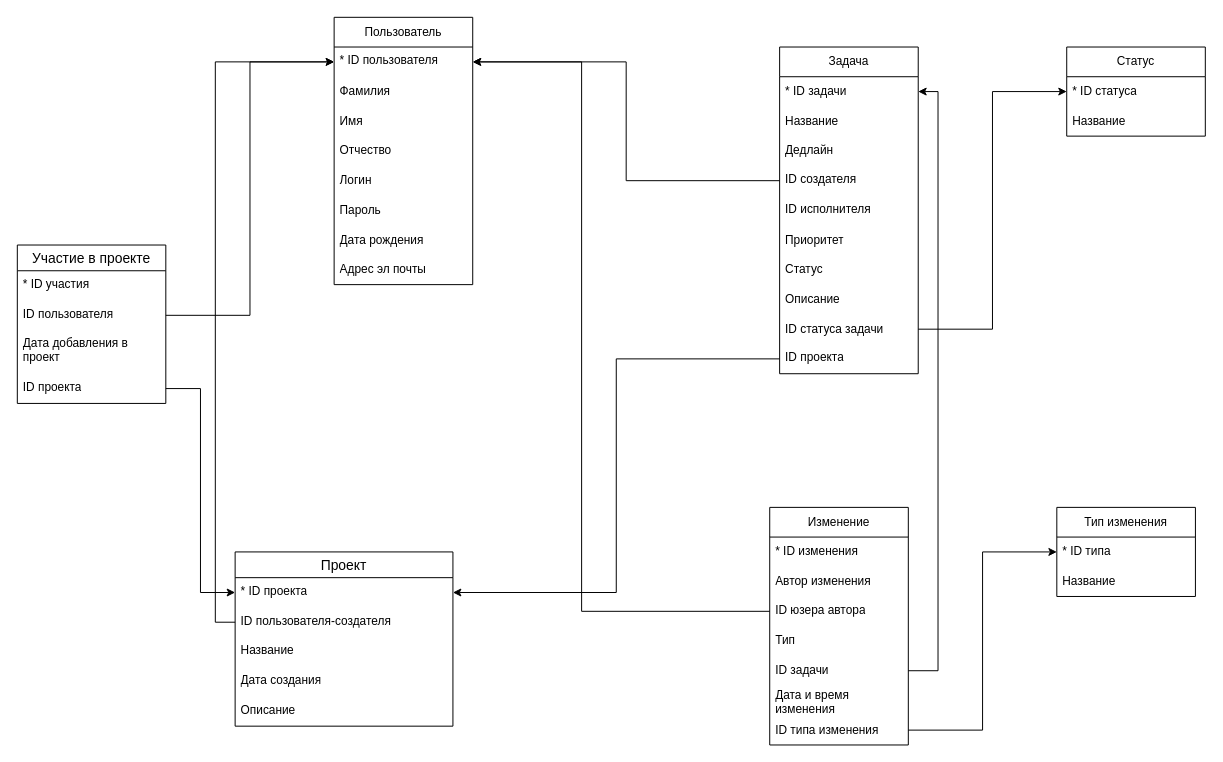
DeeMassG/Task-Tracker keeps this draw.io diagram as doc/relational.drawio. Above is the earlier version. Source tidied: cells renumbered, new cells numbered last; positions are measured from the earlier drawing's top-left corner, leaving out a move shared by most shapes. Both pictures are drawn from the tidied source at 99%, with x=0, y=0 at pixel (17, 17).
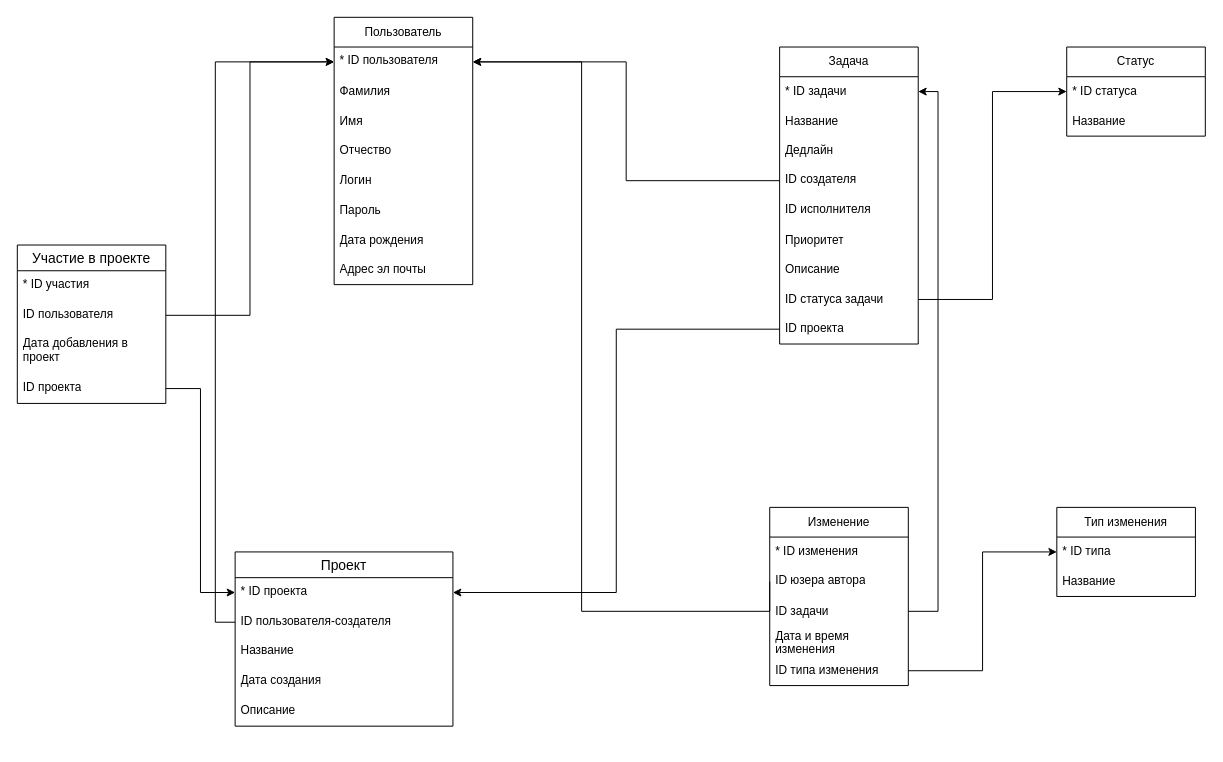
The same page after the edit.

Commit message (it also covers changes not shown here):
ТЗ принято. Удалены несколько лишних атрибутов в er и relataion diagrams. ER проверена и условно принята (за исключением лишних атрибутов)

Diff of the diagram source:
```diff
@@
     <mxCell id="11" value="Задача" style="swimlane;fontStyle=0;horizontal=1;startSize=30;whiteSpace=wrap;html=1;" parent="1" vertex="1">
-      <mxGeometry x="770" y="30" width="140" height="330" as="geometry" />
+      <mxGeometry x="770" y="30" width="140" height="300" as="geometry" />
     </mxCell>
@@
-    <mxCell id="18" value="Статус" style="text;strokeColor=none;fillColor=none;align=left;verticalAlign=middle;spacingLeft=4;spacingRight=4;overflow=hidden;whiteSpace=wrap;html=1;" parent="11" vertex="1">
-      <mxGeometry y="210" width="140" height="30" as="geometry" />
-    </mxCell>
     <mxCell id="19" value="Описание" style="text;strokeColor=none;fillColor=none;align=left;verticalAlign=middle;spacingLeft=4;spacingRight=4;overflow=hidden;whiteSpace=wrap;html=1;" parent="11" vertex="1">
-      <mxGeometry y="240" width="140" height="30" as="geometry" />
+      <mxGeometry y="210" width="140" height="30" as="geometry" />
     </mxCell>
     <mxCell id="20" value="ID статуса задачи" style="text;strokeColor=none;fillColor=none;align=left;verticalAlign=middle;spacingLeft=4;spacingRight=4;overflow=hidden;points=[[0,0.5],[1,0.5]];portConstraint=eastwest;whiteSpace=wrap;html=1;" parent="11" vertex="1">
-      <mxGeometry y="270" width="140" height="30" as="geometry" />
+      <mxGeometry y="240" width="140" height="30" as="geometry" />
     </mxCell>
     <mxCell id="21" value="ID проекта" style="text;strokeColor=none;fillColor=none;spacingLeft=4;spacingRight=4;overflow=hidden;points=[[0,0.5],[1,0.5]];portConstraint=eastwest;fontSize=12;whiteSpace=wrap;html=1;" parent="11" vertex="1">
-      <mxGeometry y="300" width="140" height="30" as="geometry" />
+      <mxGeometry y="270" width="140" height="30" as="geometry" />
     </mxCell>
     <mxCell id="22" value="Изменение" style="swimlane;fontStyle=0;horizontal=1;startSize=30;whiteSpace=wrap;html=1;" parent="1" vertex="1">
-      <mxGeometry x="760" y="495" width="140" height="240" as="geometry" />
+      <mxGeometry x="760" y="495" width="140" height="180" as="geometry" />
     </mxCell>
@@
-    <mxCell id="24" value="Автор изменения" style="text;strokeColor=none;fillColor=none;align=left;verticalAlign=middle;spacingLeft=4;spacingRight=4;overflow=hidden;whiteSpace=wrap;html=1;" parent="22" vertex="1">
-      <mxGeometry y="60" width="140" height="30" as="geometry" />
-    </mxCell>
     <mxCell id="25" value="ID юзера автора" style="text;strokeColor=none;fillColor=none;spacingLeft=4;spacingRight=4;overflow=hidden;points=[[0,0.5],[1,0.5]];portConstraint=eastwest;fontSize=12;whiteSpace=wrap;html=1;" parent="22" vertex="1">
-      <mxGeometry y="90" width="140" height="30" as="geometry" />
+      <mxGeometry y="60" width="140" height="30" as="geometry" />
     </mxCell>
-    <mxCell id="26" value="Тип" style="text;strokeColor=none;fillColor=none;align=left;verticalAlign=middle;spacingLeft=4;spacingRight=4;overflow=hidden;whiteSpace=wrap;html=1;" parent="22" vertex="1">
-      <mxGeometry y="120" width="140" height="30" as="geometry" />
-    </mxCell>
     <mxCell id="27" value="ID задачи" style="text;strokeColor=none;fillColor=none;align=left;verticalAlign=middle;spacingLeft=4;spacingRight=4;overflow=hidden;points=[[0,0.5],[1,0.5]];portConstraint=eastwest;whiteSpace=wrap;html=1;" parent="22" vertex="1">
-      <mxGeometry y="150" width="140" height="30" as="geometry" />
+      <mxGeometry y="90" width="140" height="30" as="geometry" />
     </mxCell>
     <mxCell id="28" value="Дата и время изменения" style="text;strokeColor=none;fillColor=none;align=left;verticalAlign=middle;spacingLeft=4;spacingRight=4;overflow=hidden;whiteSpace=wrap;html=1;" parent="22" vertex="1">
-      <mxGeometry y="180" width="140" height="30" as="geometry" />
+      <mxGeometry y="120" width="140" height="30" as="geometry" />
     </mxCell>
     <mxCell id="29" value="ID типа изменения" style="text;strokeColor=none;fillColor=none;align=left;verticalAlign=middle;spacingLeft=4;spacingRight=4;overflow=hidden;points=[[0,0.5],[1,0.5]];portConstraint=eastwest;whiteSpace=wrap;html=1;" parent="22" vertex="1">
-      <mxGeometry y="210" width="140" height="30" as="geometry" />
+      <mxGeometry y="150" width="140" height="30" as="geometry" />
     </mxCell>
```
